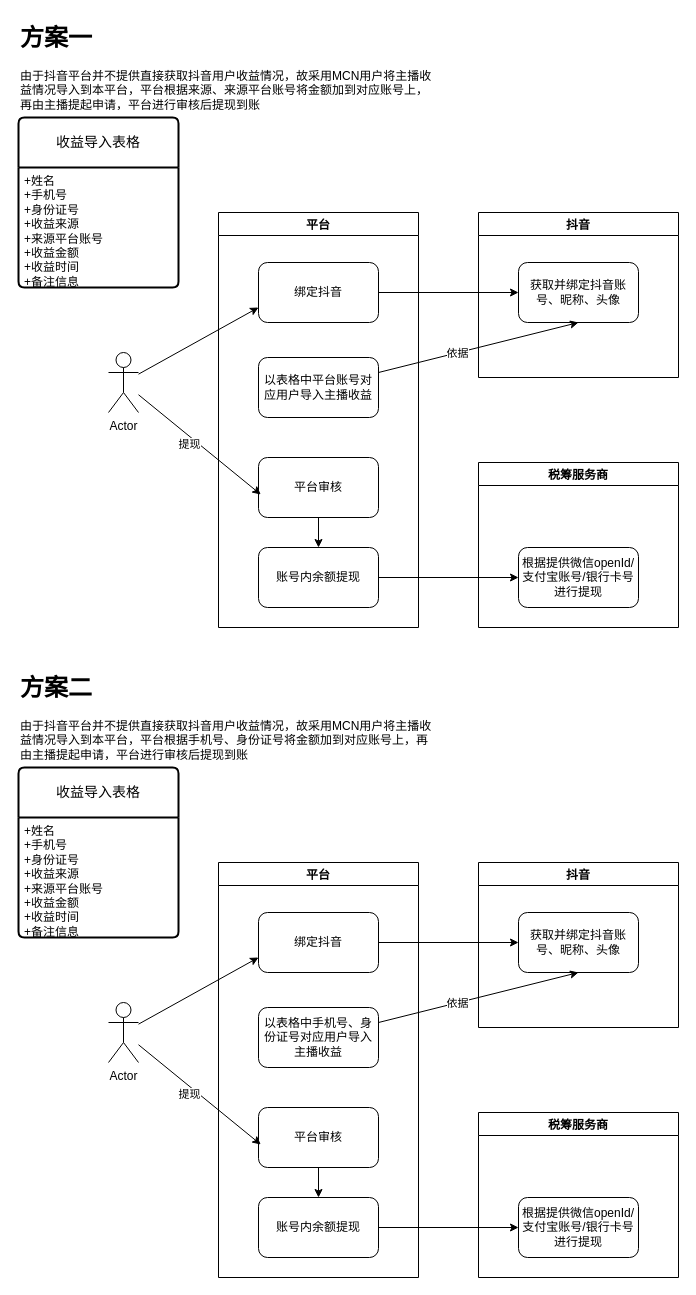
This is MCN系统交互图.drawio from zhanglongxian-gm/Java, a draw.io file, before an edit. Source tidied: cells renumbered, new cells numbered last; positions are measured from the earlier drawing's top-left corner, leaving out a move shared by most shapes. Both pictures are drawn from the tidied source at 100%, with x=0, y=0 at pixel (18, 17).
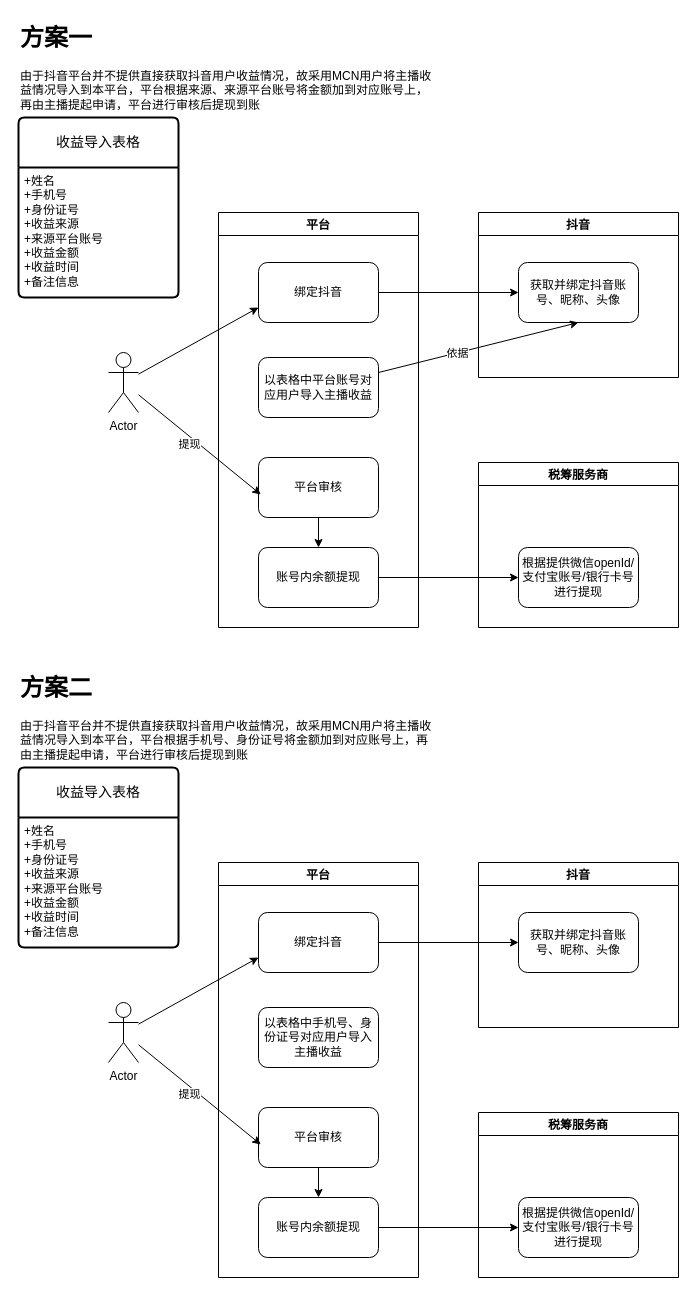
The same page after the edit.

Commit message:
更新MCN系统交互图.drawio

Unchanged cells that the change refers to:
```xml
<mxCell id="32" value="以表格中&lt;span style=&quot;text-align: left;&quot;&gt;手机号、身份证号&lt;/span&gt;对应用户导入主播收益" style="whiteSpace=wrap;html=1;rounded=1;" parent="28" vertex="1">
  <mxGeometry x="40" y="145" width="120" height="60" as="geometry" />
</mxCell>
<mxCell id="35" value="获取并绑定抖音账号、昵称、头像" style="whiteSpace=wrap;html=1;rounded=1;" parent="34" vertex="1">
  <mxGeometry x="40" y="50" width="120" height="60" as="geometry" />
</mxCell>
```

Change to the diagram source:
```diff
@@
     <mxCell id="4" value="收益导入表格" style="swimlane;horizontal=1;startSize=50;rounded=1;fontSize=14;fontStyle=0;strokeWidth=2;shadow=0;dashed=0;align=center;arcSize=4;whiteSpace=wrap;html=1;" parent="1" vertex="1">
-      <mxGeometry y="100" width="160" height="170" as="geometry" />
+      <mxGeometry y="100" width="160" height="180" as="geometry" />
     </mxCell>
     <mxCell id="5" value="+姓名&lt;br&gt;+手机号&lt;br&gt;+身份证号&lt;div&gt;+收益来源&lt;/div&gt;&lt;div&gt;+来源平台账号&lt;/div&gt;&lt;div&gt;+收益金额&lt;/div&gt;&lt;div&gt;+收益时间&lt;/div&gt;&lt;div&gt;+备注信息&lt;/div&gt;" style="align=left;strokeColor=none;fillColor=none;spacingLeft=4;fontSize=12;verticalAlign=top;html=1;" parent="4" vertex="1">
-      <mxGeometry y="50" width="160" height="120" as="geometry" />
+      <mxGeometry y="50" width="160" height="130" as="geometry" />
     </mxCell>
@@
     <mxCell id="26" value="收益导入表格" style="swimlane;horizontal=1;startSize=50;rounded=1;fontSize=14;fontStyle=0;strokeWidth=2;shadow=0;dashed=0;align=center;arcSize=4;whiteSpace=wrap;html=1;" parent="1" vertex="1">
-      <mxGeometry y="750" width="160" height="170" as="geometry" />
+      <mxGeometry y="750" width="160" height="180" as="geometry" />
     </mxCell>
     <mxCell id="27" value="+姓名&lt;br&gt;+手机号&lt;br&gt;+身份证号&lt;div&gt;+收益来源&lt;/div&gt;&lt;div&gt;+来源平台账号&lt;/div&gt;&lt;div&gt;+收益金额&lt;/div&gt;&lt;div&gt;+收益时间&lt;/div&gt;&lt;div&gt;+备注信息&lt;/div&gt;" style="align=left;strokeColor=none;fillColor=none;spacingLeft=4;fontSize=12;verticalAlign=top;html=1;" parent="26" vertex="1">
-      <mxGeometry y="50" width="160" height="120" as="geometry" />
+      <mxGeometry y="50" width="160" height="130" as="geometry" />
     </mxCell>
@@
-    <mxCell id="41" style="rounded=0;jettySize=auto;html=1;entryX=0.5;entryY=1;entryDx=0;entryDy=0;" parent="1" edge="1" source="32" target="35">
-      <mxGeometry relative="1" as="geometry" />
-    </mxCell>
-    <mxCell id="42" value="依据" style="edgeLabel;html=1;align=center;verticalAlign=middle;" parent="41" vertex="1">
-      <mxGeometry x="-0.21" relative="1" as="geometry" />
-    </mxCell>
```
